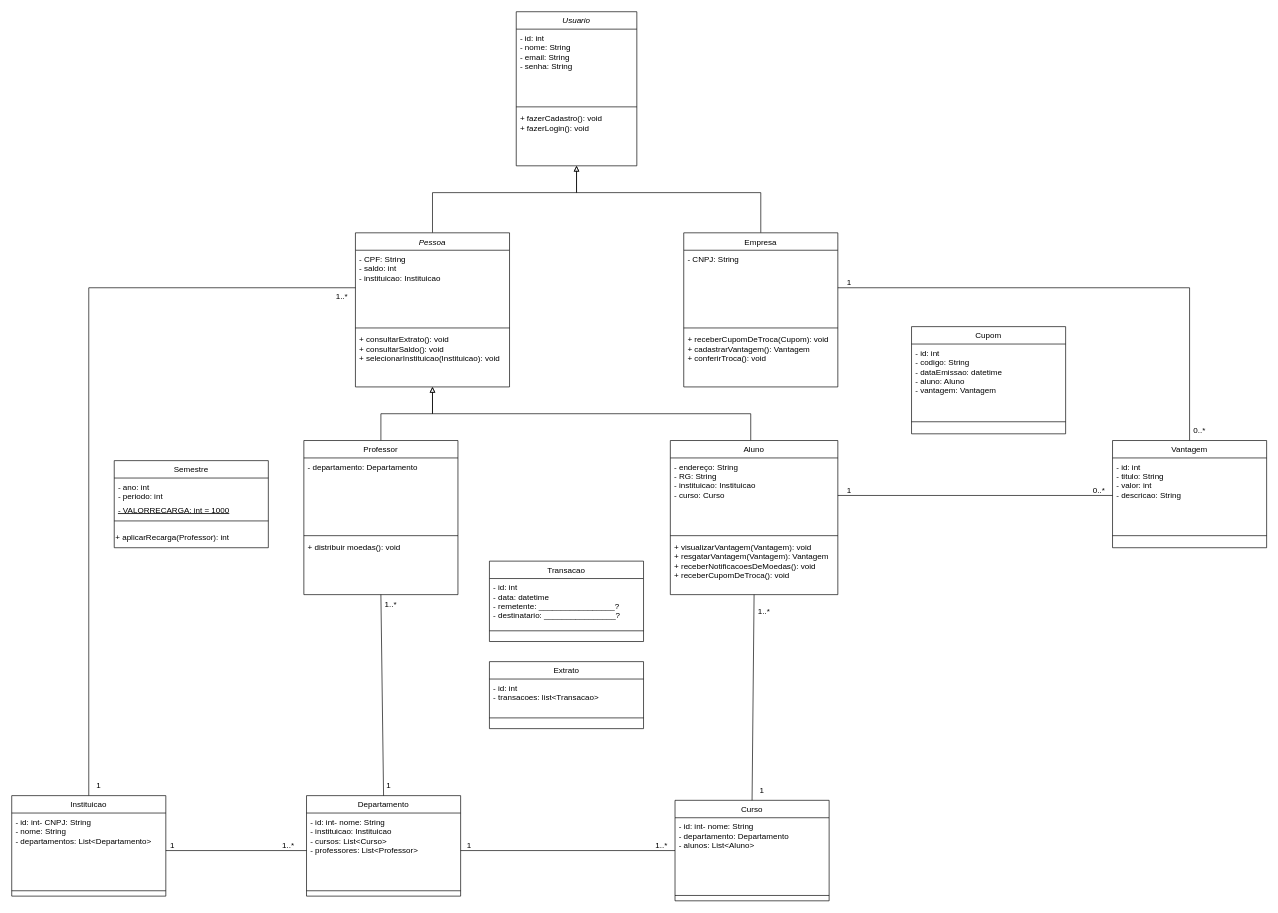
Above: projeto/drawio/Diagrama de classes.drawio in pedrolucas444/laboratorio-3 (draw.io), before the change. Source tidied: cells renumbered, new cells numbered last; positions are measured from the earlier drawing's top-left corner, leaving out a move shared by most shapes. Both pictures are drawn from the tidied source at 67%, with x=0, y=0 at pixel (11, 11).
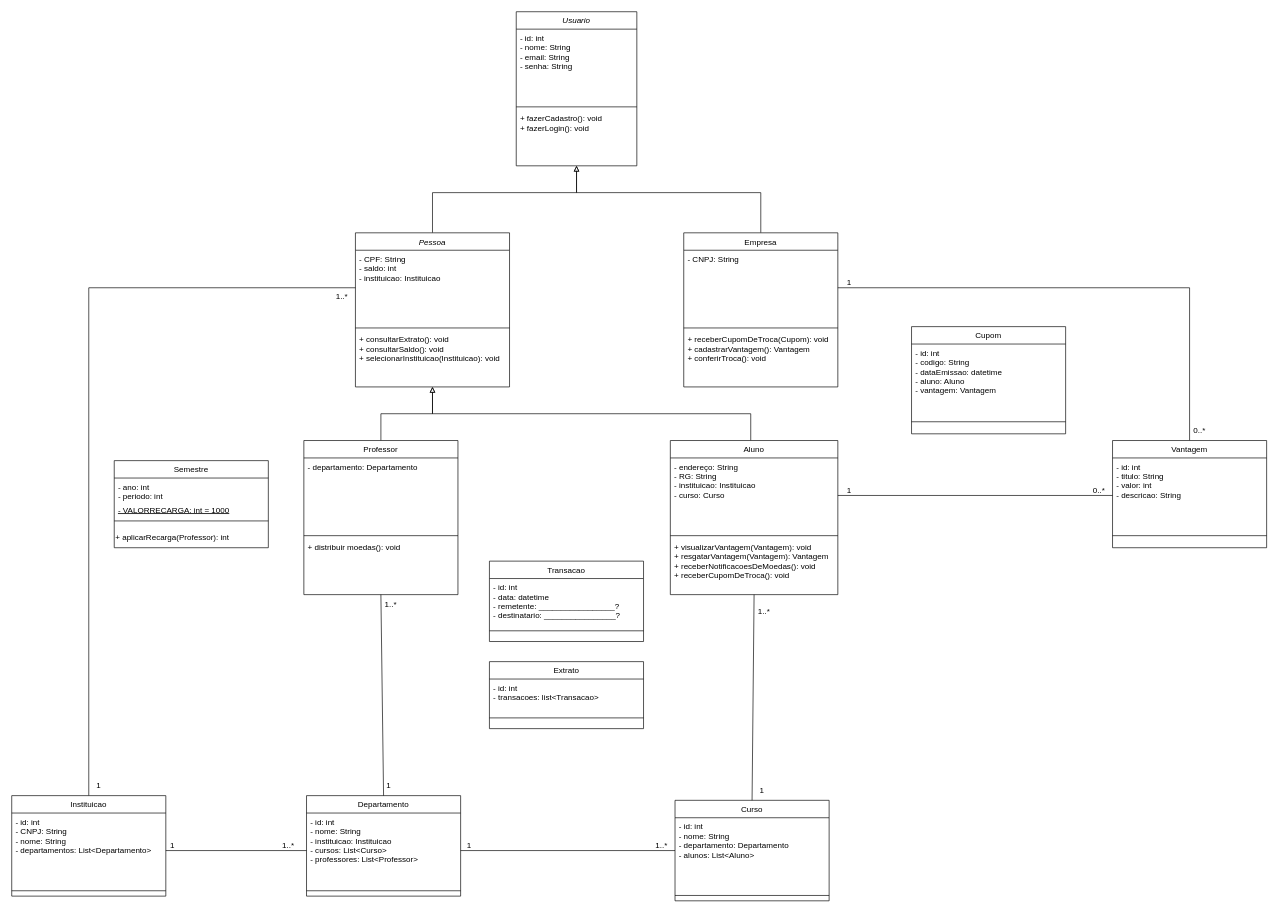
The same page after the edit.

Commit message (it also covers changes not shown here):
update diagramas e upload diagrama de componente

The change refers to these unchanged cells:
```xml
<mxCell id="27" value="Instituicao" style="swimlane;fontStyle=0;align=center;verticalAlign=top;horizontal=1;startSize=26;rounded=0;shadow=0;strokeWidth=1;" parent="1" vertex="1">
  <mxGeometry y="1170" width="230" height="150" as="geometry" />
</mxCell>
<mxCell id="30" value="Departamento" style="swimlane;fontStyle=0;align=center;verticalAlign=top;horizontal=1;startSize=26;rounded=0;shadow=0;strokeWidth=1;" parent="1" vertex="1">
  <mxGeometry x="440" y="1170" width="230" height="150" as="geometry" />
</mxCell>
<mxCell id="33" value="Curso" style="swimlane;fontStyle=0;align=center;verticalAlign=top;horizontal=1;startSize=26;rounded=0;shadow=0;strokeWidth=1;" parent="1" vertex="1">
  <mxGeometry x="990" y="1177" width="230" height="150" as="geometry" />
</mxCell>
```

The edit, as a diff of the source:
```diff
@@
-    <mxCell id="28" value="- id: int- CNPJ: String&#10;- nome: String&#10;- departamentos: List&lt;Departamento&gt;" style="text;align=left;verticalAlign=top;spacingLeft=4;spacingRight=4;overflow=hidden;points=[[0,0.5],[1,0.5]];portConstraint=eastwest;rounded=0;shadow=0;html=0;" parent="27" vertex="1">
+    <mxCell id="28" value="- id: int&#10;- CNPJ: String&#10;- nome: String&#10;- departamentos: List&lt;Departamento&gt;" style="text;align=left;verticalAlign=top;spacingLeft=4;spacingRight=4;overflow=hidden;points=[[0,0.5],[1,0.5]];portConstraint=eastwest;rounded=0;shadow=0;html=0;" parent="27" vertex="1">
       <mxGeometry y="26" width="230" height="112" as="geometry" />
     </mxCell>
@@
-    <mxCell id="31" value="- id: int- nome: String&#10;- instituicao: Instituicao&#10;- cursos: List&lt;Curso&gt;&#10;- professores: List&lt;Professor&gt;" style="text;align=left;verticalAlign=top;spacingLeft=4;spacingRight=4;overflow=hidden;points=[[0,0.5],[1,0.5]];portConstraint=eastwest;rounded=0;shadow=0;html=0;" parent="30" vertex="1">
+    <mxCell id="31" value="- id: int&#10;- nome: String&#10;- instituicao: Instituicao&#10;- cursos: List&lt;Curso&gt;&#10;- professores: List&lt;Professor&gt;" style="text;align=left;verticalAlign=top;spacingLeft=4;spacingRight=4;overflow=hidden;points=[[0,0.5],[1,0.5]];portConstraint=eastwest;rounded=0;shadow=0;html=0;" parent="30" vertex="1">
       <mxGeometry y="26" width="230" height="112" as="geometry" />
     </mxCell>
@@
-    <mxCell id="34" value="- id: int- nome: String&#10;- departamento: Departamento&#10;- alunos: List&lt;Aluno&gt;" style="text;align=left;verticalAlign=top;spacingLeft=4;spacingRight=4;overflow=hidden;rounded=0;shadow=0;html=0;" parent="33" vertex="1">
+    <mxCell id="34" value="- id: int&#10;- nome: String&#10;- departamento: Departamento&#10;- alunos: List&lt;Aluno&gt;" style="text;align=left;verticalAlign=top;spacingLeft=4;spacingRight=4;overflow=hidden;rounded=0;shadow=0;html=0;" parent="33" vertex="1">
       <mxGeometry y="26" width="230" height="112" as="geometry" />
     </mxCell>
```
